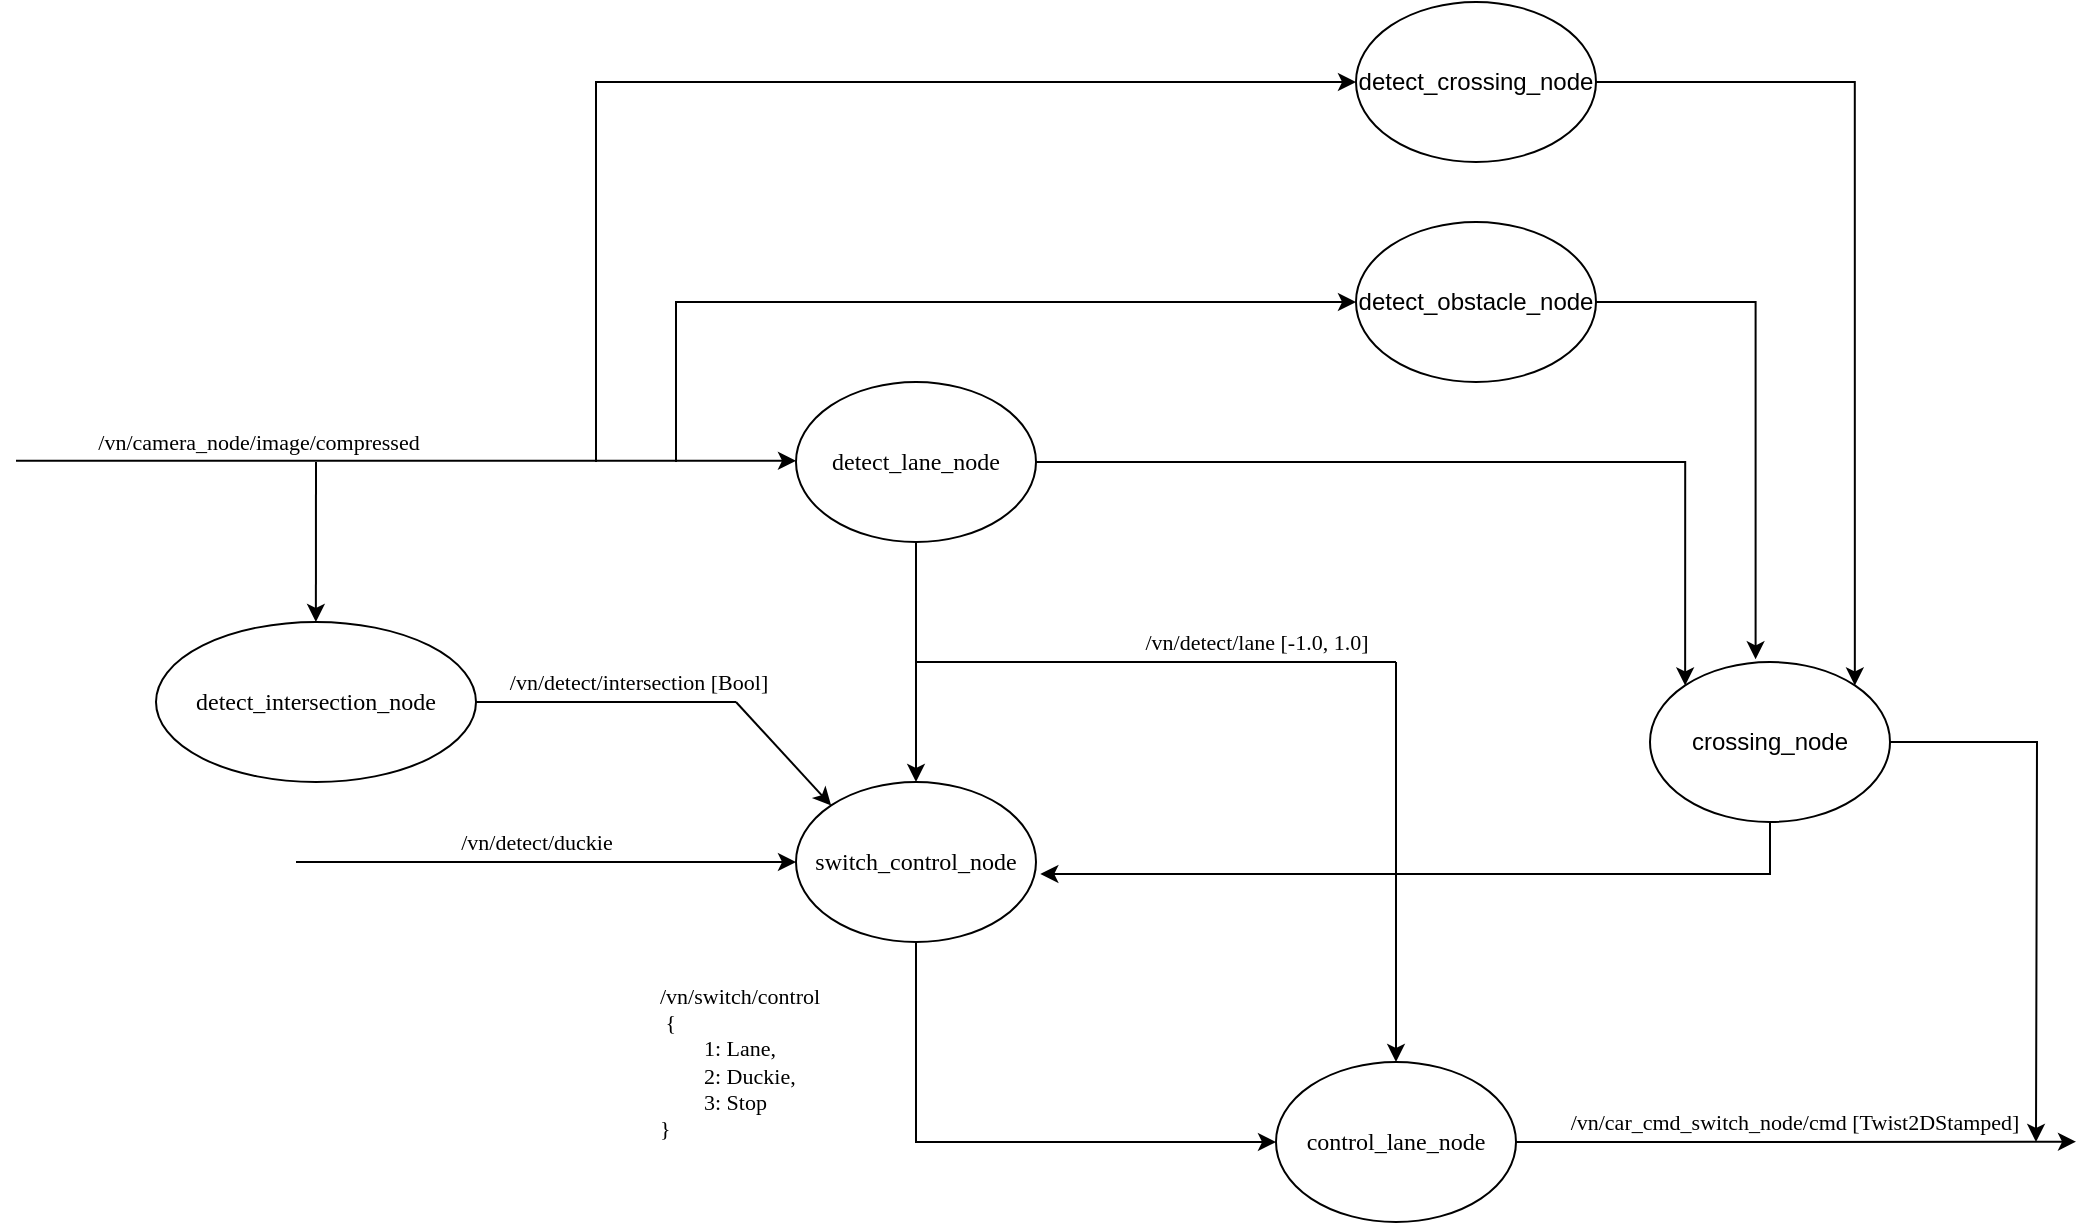
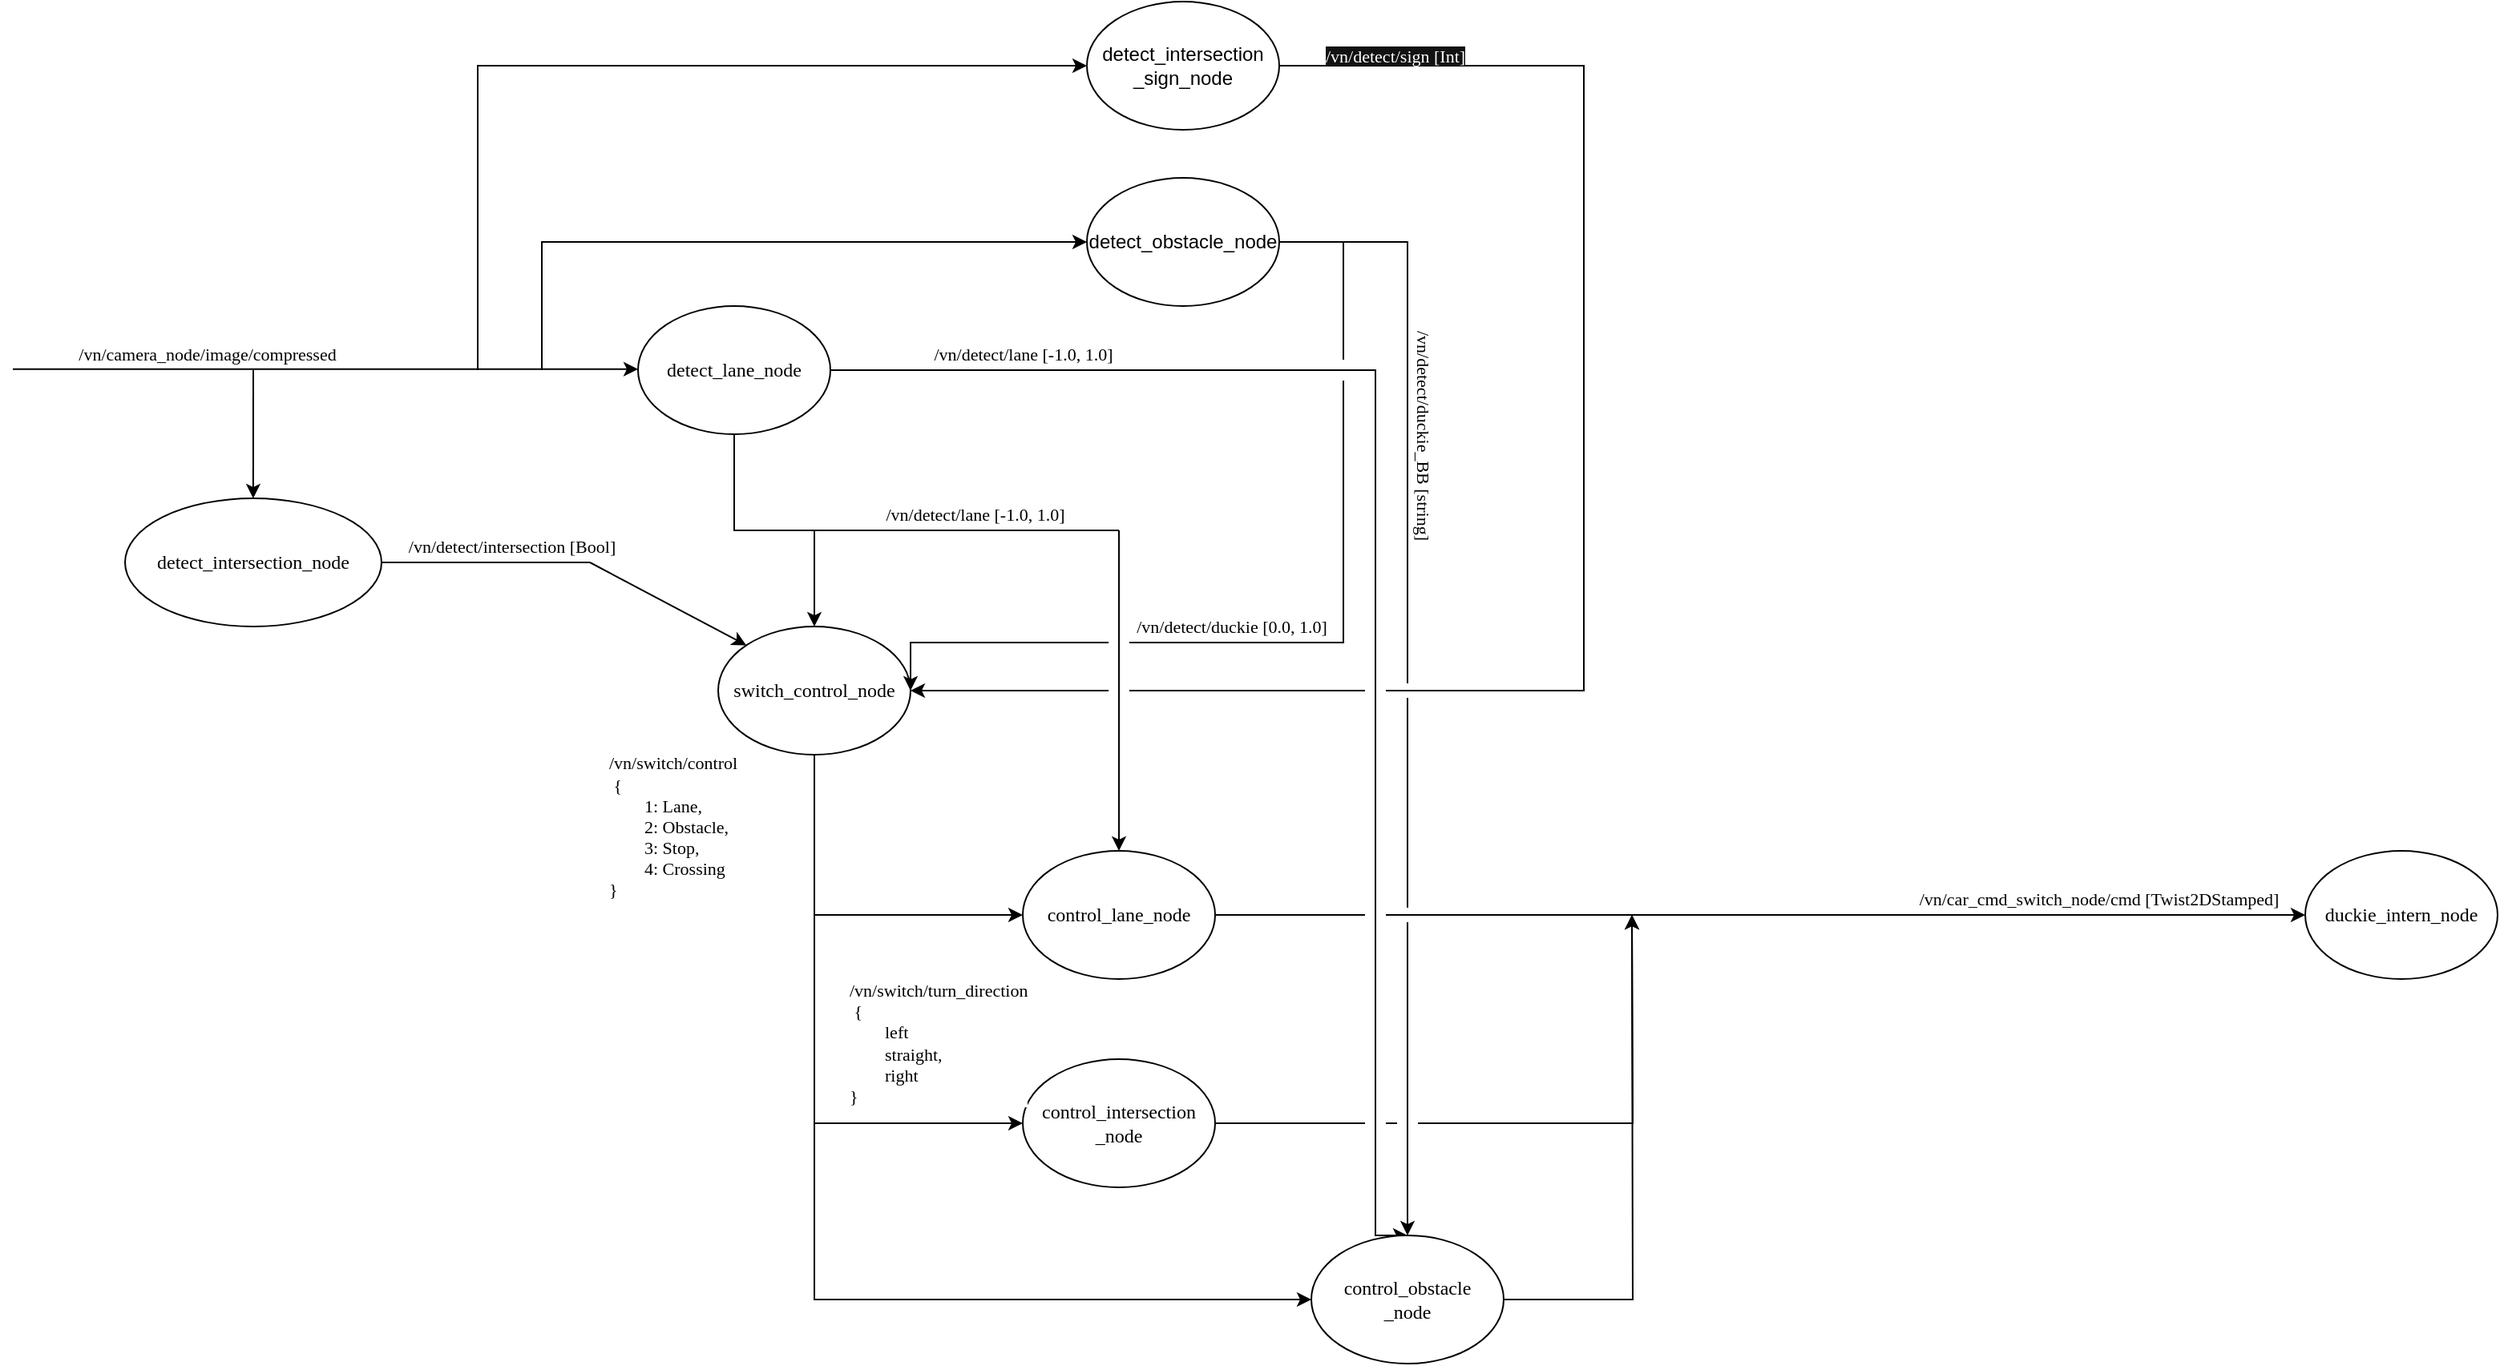
<mxfile host="Electron" agent="Mozilla/5.0 (X11; Linux x86_64) AppleWebKit/537.36 (KHTML, like Gecko) draw.io/28.2.5 Chrome/138.0.7204.251 Electron/37.6.1 Safari/537.36" version="28.2.5">
  <diagram name="Page-1" id="gB1-tebTtfB6fuOuZq2n">
-     <mxGraphModel dx="1356" dy="2137" grid="1" gridSize="10" guides="1" tooltips="1" connect="1" arrows="1" fold="1" page="1" pageScale="1" pageWidth="827" pageHeight="1169" math="0" shadow="0">
+     <mxGraphModel dx="983" dy="1772" grid="1" gridSize="10" guides="1" tooltips="1" connect="1" arrows="1" fold="1" page="1" pageScale="1" pageWidth="827" pageHeight="1169" math="0" shadow="0">
      <root>
        <mxCell id="0" />
        <mxCell id="1" parent="0" />
-         <mxCell id="rmzx4RmnQM9AGbvZqSgZ-5" style="edgeStyle=orthogonalEdgeStyle;rounded=0;orthogonalLoop=1;jettySize=auto;html=1;entryX=0.5;entryY=0;entryDx=0;entryDy=0;fontFamily=Times New Roman;" parent="1" source="rmzx4RmnQM9AGbvZqSgZ-1" target="rmzx4RmnQM9AGbvZqSgZ-4" edge="1">
+         <mxCell id="rmzx4RmnQM9AGbvZqSgZ-5" style="edgeStyle=orthogonalEdgeStyle;rounded=0;orthogonalLoop=1;jettySize=auto;html=1;entryX=0.5;entryY=0;entryDx=0;entryDy=0;fontFamily=Times New Roman;jumpStyle=gap;jumpSize=13;" parent="1" source="rmzx4RmnQM9AGbvZqSgZ-1" target="rmzx4RmnQM9AGbvZqSgZ-4" edge="1">
          <mxGeometry relative="1" as="geometry">
            <mxPoint x="460" y="240" as="targetPoint" />
          </mxGeometry>
        </mxCell>
        <mxCell id="rmzx4RmnQM9AGbvZqSgZ-6" value="/vn/detect/lane [-1.0, 1.0]" style="edgeLabel;html=1;align=center;verticalAlign=middle;resizable=0;points=[];fontFamily=Times New Roman;" parent="rmzx4RmnQM9AGbvZqSgZ-5" connectable="0" vertex="1">
          <mxGeometry x="-0.1833" y="-1" relative="1" as="geometry">
-             <mxPoint x="171" y="1" as="offset" />
+             <mxPoint x="140" y="-11" as="offset" />
          </mxGeometry>
        </mxCell>
-         <mxCell id="23AfMzL_D9_g89AK6A8E-23" style="edgeStyle=orthogonalEdgeStyle;rounded=0;orthogonalLoop=1;jettySize=auto;html=1;exitX=1;exitY=0.5;exitDx=0;exitDy=0;entryX=0;entryY=0;entryDx=0;entryDy=0;" parent="1" source="rmzx4RmnQM9AGbvZqSgZ-1" target="23AfMzL_D9_g89AK6A8E-13" edge="1">
-           <mxGeometry relative="1" as="geometry" />
+         <mxCell id="VlO8yoQawZQyNlQzvU4W-22" style="edgeStyle=orthogonalEdgeStyle;rounded=0;orthogonalLoop=1;jettySize=auto;html=1;entryX=0.5;entryY=0;entryDx=0;entryDy=0;" edge="1" parent="1" source="rmzx4RmnQM9AGbvZqSgZ-1" target="VlO8yoQawZQyNlQzvU4W-3">
+           <mxGeometry relative="1" as="geometry">
+             <Array as="points">
+               <mxPoint x="860" y="180" />
+               <mxPoint x="860" y="720" />
+             </Array>
+           </mxGeometry>
        </mxCell>
        <mxCell id="rmzx4RmnQM9AGbvZqSgZ-1" value="detect_lane_node" style="ellipse;whiteSpace=wrap;html=1;fontFamily=Times New Roman;" parent="1" vertex="1">
          <mxGeometry x="400" y="140" width="120" height="80" as="geometry" />
        </mxCell>
-         <mxCell id="rmzx4RmnQM9AGbvZqSgZ-2" value="" style="endArrow=classic;html=1;rounded=0;entryX=0;entryY=0.5;entryDx=0;entryDy=0;fontFamily=Times New Roman;" parent="1" edge="1">
+         <mxCell id="rmzx4RmnQM9AGbvZqSgZ-2" value="" style="endArrow=classic;html=1;rounded=0;entryX=0;entryY=0.5;entryDx=0;entryDy=0;fontFamily=Times New Roman;jumpStyle=gap;jumpSize=13;" parent="1" edge="1">
          <mxGeometry width="50" height="50" relative="1" as="geometry">
            <mxPoint x="10" y="179.41" as="sourcePoint" />
            <mxPoint x="399.99999999999136" y="179.41000000000022" as="targetPoint" />
          </mxGeometry>
        </mxCell>
        <mxCell id="rmzx4RmnQM9AGbvZqSgZ-3" value="/vn/camera_node/image/compressed" style="edgeLabel;html=1;align=center;verticalAlign=middle;resizable=0;points=[];fontFamily=Times New Roman;" parent="rmzx4RmnQM9AGbvZqSgZ-2" connectable="0" vertex="1">
          <mxGeometry x="0.12" y="-4" relative="1" as="geometry">
            <mxPoint x="-98" y="-14" as="offset" />
          </mxGeometry>
        </mxCell>
-         <mxCell id="rmzx4RmnQM9AGbvZqSgZ-12" style="edgeStyle=orthogonalEdgeStyle;rounded=0;orthogonalLoop=1;jettySize=auto;html=1;exitX=0.5;exitY=1;exitDx=0;exitDy=0;entryX=0;entryY=0.5;entryDx=0;entryDy=0;fontFamily=Times New Roman;" parent="1" source="rmzx4RmnQM9AGbvZqSgZ-4" target="rmzx4RmnQM9AGbvZqSgZ-9" edge="1">
+         <mxCell id="rmzx4RmnQM9AGbvZqSgZ-12" style="edgeStyle=orthogonalEdgeStyle;rounded=0;orthogonalLoop=1;jettySize=auto;html=1;exitX=0.5;exitY=1;exitDx=0;exitDy=0;entryX=0;entryY=0.5;entryDx=0;entryDy=0;fontFamily=Times New Roman;jumpStyle=gap;jumpSize=13;" parent="1" source="rmzx4RmnQM9AGbvZqSgZ-4" target="rmzx4RmnQM9AGbvZqSgZ-9" edge="1">
          <mxGeometry relative="1" as="geometry" />
        </mxCell>
-         <mxCell id="rmzx4RmnQM9AGbvZqSgZ-13" value="&lt;div align=&quot;left&quot;&gt;/vn/switch/control&lt;/div&gt;&lt;div align=&quot;left&quot;&gt;&amp;nbsp;{&lt;/div&gt;&lt;div align=&quot;left&quot;&gt;&lt;span style=&quot;white-space: pre;&quot;&gt;&#x9;&lt;/span&gt;1: Lane,&lt;/div&gt;&lt;div align=&quot;left&quot;&gt;&lt;span style=&quot;white-space: pre;&quot;&gt;&#x9;&lt;/span&gt;2: Duckie,&amp;nbsp;&lt;/div&gt;&lt;div align=&quot;left&quot;&gt;&lt;span style=&quot;white-space: pre;&quot;&gt;&#x9;&lt;/span&gt;3: Stop&lt;/div&gt;&lt;div align=&quot;left&quot;&gt;}&lt;/div&gt;" style="edgeLabel;html=1;align=left;verticalAlign=middle;resizable=0;points=[];fontFamily=Times New Roman;" parent="rmzx4RmnQM9AGbvZqSgZ-12" connectable="0" vertex="1">
+         <mxCell id="rmzx4RmnQM9AGbvZqSgZ-13" value="&lt;div align=&quot;left&quot;&gt;/vn/switch/control&lt;/div&gt;&lt;div align=&quot;left&quot;&gt;&amp;nbsp;{&lt;/div&gt;&lt;div align=&quot;left&quot;&gt;&lt;span style=&quot;white-space: pre;&quot;&gt;&#x9;&lt;/span&gt;1: Lane,&lt;/div&gt;&lt;div align=&quot;left&quot;&gt;&lt;span style=&quot;white-space: pre;&quot;&gt;&#x9;&lt;/span&gt;2: Obstacle,&amp;nbsp;&lt;/div&gt;&lt;div align=&quot;left&quot;&gt;&lt;span style=&quot;white-space: pre;&quot;&gt;&#x9;&lt;/span&gt;3: Stop,&lt;/div&gt;&lt;div align=&quot;left&quot;&gt;&lt;span style=&quot;white-space: pre;&quot;&gt;&#x9;&lt;/span&gt;4: Crossing&lt;br&gt;&lt;/div&gt;&lt;div align=&quot;left&quot;&gt;}&lt;/div&gt;" style="edgeLabel;html=1;align=left;verticalAlign=middle;resizable=0;points=[];fontFamily=Times New Roman;" parent="rmzx4RmnQM9AGbvZqSgZ-12" connectable="0" vertex="1">
          <mxGeometry x="-0.3984" y="-1" relative="1" as="geometry">
            <mxPoint x="-129" y="-24" as="offset" />
          </mxGeometry>
        </mxCell>
+         <mxCell id="VlO8yoQawZQyNlQzvU4W-7" style="edgeStyle=orthogonalEdgeStyle;rounded=0;orthogonalLoop=1;jettySize=auto;html=1;exitX=0.5;exitY=1;exitDx=0;exitDy=0;entryX=0;entryY=0.5;entryDx=0;entryDy=0;jumpStyle=gap;jumpSize=13;" edge="1" parent="1" source="rmzx4RmnQM9AGbvZqSgZ-4" target="VlO8yoQawZQyNlQzvU4W-3">
+           <mxGeometry relative="1" as="geometry" />
+         </mxCell>
+         <mxCell id="VlO8yoQawZQyNlQzvU4W-15" style="edgeStyle=orthogonalEdgeStyle;rounded=0;orthogonalLoop=1;jettySize=auto;html=1;exitX=0.5;exitY=1;exitDx=0;exitDy=0;entryX=0;entryY=0.5;entryDx=0;entryDy=0;" edge="1" parent="1" source="rmzx4RmnQM9AGbvZqSgZ-4" target="VlO8yoQawZQyNlQzvU4W-2">
+           <mxGeometry relative="1" as="geometry" />
+         </mxCell>
        <mxCell id="rmzx4RmnQM9AGbvZqSgZ-4" value="switch_control_node" style="ellipse;whiteSpace=wrap;html=1;fontFamily=Times New Roman;" parent="1" vertex="1">
-           <mxGeometry x="400" y="340" width="120" height="80" as="geometry" />
+           <mxGeometry x="450" y="340" width="120" height="80" as="geometry" />
        </mxCell>
-         <mxCell id="rmzx4RmnQM9AGbvZqSgZ-7" value="" style="endArrow=classic;html=1;rounded=0;entryX=0;entryY=0.5;entryDx=0;entryDy=0;fontFamily=Times New Roman;" parent="1" target="rmzx4RmnQM9AGbvZqSgZ-4" edge="1">
-           <mxGeometry width="50" height="50" relative="1" as="geometry">
-             <mxPoint x="150" y="380" as="sourcePoint" />
-             <mxPoint x="610" y="310" as="targetPoint" />
-           </mxGeometry>
-         </mxCell>
-         <mxCell id="rmzx4RmnQM9AGbvZqSgZ-8" value="/vn/detect/duckie" style="edgeLabel;html=1;align=center;verticalAlign=middle;resizable=0;points=[];fontFamily=Times New Roman;" parent="rmzx4RmnQM9AGbvZqSgZ-7" connectable="0" vertex="1">
-           <mxGeometry x="-0.0091" y="1" relative="1" as="geometry">
-             <mxPoint x="-4" y="-9" as="offset" />
-           </mxGeometry>
-         </mxCell>
-         <mxCell id="rmzx4RmnQM9AGbvZqSgZ-14" style="edgeStyle=orthogonalEdgeStyle;rounded=0;orthogonalLoop=1;jettySize=auto;html=1;exitX=1;exitY=0.5;exitDx=0;exitDy=0;fontFamily=Times New Roman;" parent="1" source="rmzx4RmnQM9AGbvZqSgZ-9" edge="1">
+         <mxCell id="rmzx4RmnQM9AGbvZqSgZ-14" style="edgeStyle=orthogonalEdgeStyle;rounded=0;orthogonalLoop=1;jettySize=auto;html=1;exitX=1;exitY=0.5;exitDx=0;exitDy=0;fontFamily=Times New Roman;jumpStyle=gap;jumpSize=13;" parent="1" source="rmzx4RmnQM9AGbvZqSgZ-9" edge="1">
          <mxGeometry relative="1" as="geometry">
-             <mxPoint x="1040" y="519.8571428571429" as="targetPoint" />
+             <mxPoint x="1440" y="520" as="targetPoint" />
          </mxGeometry>
        </mxCell>
        <mxCell id="rmzx4RmnQM9AGbvZqSgZ-15" value="/vn/car_cmd_switch_node/cmd [Twist2DStamped]" style="edgeLabel;html=1;align=center;verticalAlign=middle;resizable=0;points=[];fontFamily=Times New Roman;" parent="rmzx4RmnQM9AGbvZqSgZ-14" connectable="0" vertex="1">
          <mxGeometry x="-0.0116" y="-1" relative="1" as="geometry">
-             <mxPoint y="-11" as="offset" />
+             <mxPoint x="214" y="-11" as="offset" />
          </mxGeometry>
        </mxCell>
        <mxCell id="rmzx4RmnQM9AGbvZqSgZ-9" value="&lt;div&gt;control_lane_node&lt;/div&gt;" style="ellipse;whiteSpace=wrap;html=1;fontFamily=Times New Roman;" parent="1" vertex="1">
          <mxGeometry x="640" y="480" width="120" height="80" as="geometry" />
        </mxCell>
-         <mxCell id="rmzx4RmnQM9AGbvZqSgZ-10" value="" style="endArrow=classic;html=1;rounded=0;entryX=0.5;entryY=0;entryDx=0;entryDy=0;fontFamily=Times New Roman;" parent="1" target="rmzx4RmnQM9AGbvZqSgZ-9" edge="1">
+         <mxCell id="rmzx4RmnQM9AGbvZqSgZ-10" value="" style="endArrow=classic;html=1;rounded=0;entryX=0.5;entryY=0;entryDx=0;entryDy=0;fontFamily=Times New Roman;jumpStyle=gap;jumpSize=13;" parent="1" target="rmzx4RmnQM9AGbvZqSgZ-9" edge="1">
          <mxGeometry width="50" height="50" relative="1" as="geometry">
            <mxPoint x="700" y="280" as="sourcePoint" />
            <mxPoint x="540" y="350" as="targetPoint" />
          </mxGeometry>
        </mxCell>
-         <mxCell id="rmzx4RmnQM9AGbvZqSgZ-11" value="" style="endArrow=none;html=1;rounded=0;fontFamily=Times New Roman;" parent="1" edge="1">
+         <mxCell id="rmzx4RmnQM9AGbvZqSgZ-11" value="" style="endArrow=none;html=1;rounded=0;fontFamily=Times New Roman;jumpStyle=gap;jumpSize=13;" parent="1" edge="1">
          <mxGeometry width="50" height="50" relative="1" as="geometry">
            <mxPoint x="460" y="280" as="sourcePoint" />
            <mxPoint x="700" y="280" as="targetPoint" />
          </mxGeometry>
        </mxCell>
-         <mxCell id="b2WUlHgmpvVAkuUz7WpI-4" value="" style="endArrow=classic;html=1;rounded=0;entryX=0;entryY=0;entryDx=0;entryDy=0;fontFamily=Times New Roman;" parent="1" target="rmzx4RmnQM9AGbvZqSgZ-4" edge="1">
+         <mxCell id="b2WUlHgmpvVAkuUz7WpI-4" value="" style="endArrow=classic;html=1;rounded=0;entryX=0;entryY=0;entryDx=0;entryDy=0;fontFamily=Times New Roman;jumpStyle=gap;jumpSize=13;" parent="1" target="rmzx4RmnQM9AGbvZqSgZ-4" edge="1">
          <mxGeometry width="50" height="50" relative="1" as="geometry">
            <mxPoint x="370" y="300" as="sourcePoint" />
            <mxPoint x="320" y="260" as="targetPoint" />
          </mxGeometry>
        </mxCell>
        <mxCell id="b2WUlHgmpvVAkuUz7WpI-5" value="" style="endArrow=none;html=1;rounded=0;exitX=1;exitY=0.5;exitDx=0;exitDy=0;fontFamily=Times New Roman;" parent="1" source="b2WUlHgmpvVAkuUz7WpI-6" edge="1">
          <mxGeometry width="50" height="50" relative="1" as="geometry">
            <mxPoint x="270" y="300" as="sourcePoint" />
            <mxPoint x="370" y="300" as="targetPoint" />
          </mxGeometry>
        </mxCell>
        <mxCell id="b2WUlHgmpvVAkuUz7WpI-7" value="/vn/detect/intersection [Bool]" style="edgeLabel;html=1;align=center;verticalAlign=middle;resizable=0;points=[];fontFamily=Times New Roman;" parent="b2WUlHgmpvVAkuUz7WpI-5" connectable="0" vertex="1">
          <mxGeometry x="-0.3124" y="-2" relative="1" as="geometry">
            <mxPoint x="36" y="-12" as="offset" />
          </mxGeometry>
        </mxCell>
        <mxCell id="b2WUlHgmpvVAkuUz7WpI-6" value="detect_intersection_node" style="ellipse;whiteSpace=wrap;html=1;fontFamily=Times New Roman;" parent="1" vertex="1">
          <mxGeometry x="80" y="260" width="160" height="80" as="geometry" />
        </mxCell>
-         <mxCell id="b2WUlHgmpvVAkuUz7WpI-8" value="" style="endArrow=classic;html=1;rounded=0;entryX=0.463;entryY=-0.023;entryDx=0;entryDy=0;entryPerimeter=0;" parent="1" edge="1">
+         <mxCell id="b2WUlHgmpvVAkuUz7WpI-8" value="" style="endArrow=classic;html=1;rounded=0;entryX=0.463;entryY=-0.023;entryDx=0;entryDy=0;entryPerimeter=0;jumpStyle=gap;jumpSize=13;" parent="1" edge="1">
          <mxGeometry width="50" height="50" relative="1" as="geometry">
            <mxPoint x="160" y="180" as="sourcePoint" />
            <mxPoint x="159.94000000000017" y="260" as="targetPoint" />
          </mxGeometry>
        </mxCell>
-         <mxCell id="23AfMzL_D9_g89AK6A8E-1" value="" style="endArrow=classic;html=1;rounded=0;entryX=0;entryY=0.5;entryDx=0;entryDy=0;" parent="1" target="23AfMzL_D9_g89AK6A8E-2" edge="1">
+         <mxCell id="23AfMzL_D9_g89AK6A8E-1" value="" style="endArrow=classic;html=1;rounded=0;entryX=0;entryY=0.5;entryDx=0;entryDy=0;jumpStyle=gap;jumpSize=13;" parent="1" target="23AfMzL_D9_g89AK6A8E-2" edge="1">
          <mxGeometry width="50" height="50" relative="1" as="geometry">
            <mxPoint x="300" y="180" as="sourcePoint" />
            <mxPoint x="470" y="40" as="targetPoint" />
            <Array as="points">
              <mxPoint x="300" y="-10" />
            </Array>
          </mxGeometry>
        </mxCell>
-         <mxCell id="23AfMzL_D9_g89AK6A8E-20" style="edgeStyle=orthogonalEdgeStyle;rounded=0;orthogonalLoop=1;jettySize=auto;html=1;entryX=1;entryY=0;entryDx=0;entryDy=0;" parent="1" source="23AfMzL_D9_g89AK6A8E-2" target="23AfMzL_D9_g89AK6A8E-13" edge="1">
-           <mxGeometry relative="1" as="geometry" />
+         <mxCell id="VlO8yoQawZQyNlQzvU4W-1" style="edgeStyle=orthogonalEdgeStyle;rounded=0;orthogonalLoop=1;jettySize=auto;html=1;entryX=1;entryY=0.5;entryDx=0;entryDy=0;jumpStyle=gap;jumpSize=13;" edge="1" parent="1" source="23AfMzL_D9_g89AK6A8E-2" target="rmzx4RmnQM9AGbvZqSgZ-4">
+           <mxGeometry relative="1" as="geometry">
+             <Array as="points">
+               <mxPoint x="990" y="-10" />
+               <mxPoint x="990" y="380" />
+             </Array>
+           </mxGeometry>
        </mxCell>
-         <mxCell id="23AfMzL_D9_g89AK6A8E-2" value="detect_crossing_node" style="ellipse;whiteSpace=wrap;html=1;" parent="1" vertex="1">
+         <mxCell id="23AfMzL_D9_g89AK6A8E-2" value="detect_intersection&lt;br&gt;&lt;div&gt;_sign_node&lt;/div&gt;" style="ellipse;whiteSpace=wrap;html=1;" parent="1" vertex="1">
          <mxGeometry x="680" y="-50" width="120" height="80" as="geometry" />
+         </mxCell>
+         <mxCell id="VlO8yoQawZQyNlQzvU4W-6" style="edgeStyle=orthogonalEdgeStyle;rounded=0;orthogonalLoop=1;jettySize=auto;html=1;exitX=1;exitY=0.5;exitDx=0;exitDy=0;entryX=1;entryY=0.5;entryDx=0;entryDy=0;jumpStyle=gap;jumpSize=13;" edge="1" parent="1" source="23AfMzL_D9_g89AK6A8E-10" target="rmzx4RmnQM9AGbvZqSgZ-4">
+           <mxGeometry relative="1" as="geometry">
+             <Array as="points">
+               <mxPoint x="840" y="100" />
+               <mxPoint x="840" y="350" />
+               <mxPoint x="570" y="350" />
+             </Array>
+           </mxGeometry>
+         </mxCell>
+         <mxCell id="VlO8yoQawZQyNlQzvU4W-8" style="edgeStyle=orthogonalEdgeStyle;rounded=0;orthogonalLoop=1;jettySize=auto;html=1;exitX=1;exitY=0.5;exitDx=0;exitDy=0;jumpStyle=gap;jumpSize=9;" edge="1" parent="1" source="23AfMzL_D9_g89AK6A8E-10" target="VlO8yoQawZQyNlQzvU4W-3">
+           <mxGeometry relative="1" as="geometry">
+             <Array as="points">
+               <mxPoint x="880" y="100" />
+             </Array>
+           </mxGeometry>
        </mxCell>
        <mxCell id="23AfMzL_D9_g89AK6A8E-10" value="detect_obstacle_node" style="ellipse;whiteSpace=wrap;html=1;" parent="1" vertex="1">
          <mxGeometry x="680" y="60" width="120" height="80" as="geometry" />
        </mxCell>
-         <mxCell id="23AfMzL_D9_g89AK6A8E-12" value="" style="endArrow=classic;html=1;rounded=0;entryX=0;entryY=0.5;entryDx=0;entryDy=0;" parent="1" target="23AfMzL_D9_g89AK6A8E-10" edge="1">
+         <mxCell id="23AfMzL_D9_g89AK6A8E-12" value="" style="endArrow=classic;html=1;rounded=0;entryX=0;entryY=0.5;entryDx=0;entryDy=0;jumpStyle=gap;jumpSize=13;" parent="1" target="23AfMzL_D9_g89AK6A8E-10" edge="1">
          <mxGeometry width="50" height="50" relative="1" as="geometry">
            <mxPoint x="340" y="180" as="sourcePoint" />
            <mxPoint x="510" y="40" as="targetPoint" />
            <Array as="points">
              <mxPoint x="340" y="100" />
            </Array>
          </mxGeometry>
        </mxCell>
-         <mxCell id="23AfMzL_D9_g89AK6A8E-17" style="edgeStyle=orthogonalEdgeStyle;rounded=0;orthogonalLoop=1;jettySize=auto;html=1;" parent="1" source="23AfMzL_D9_g89AK6A8E-13" edge="1">
+         <mxCell id="VlO8yoQawZQyNlQzvU4W-9" style="edgeStyle=orthogonalEdgeStyle;rounded=0;orthogonalLoop=1;jettySize=auto;html=1;jumpStyle=gap;jumpSize=13;" edge="1" parent="1" source="VlO8yoQawZQyNlQzvU4W-2">
          <mxGeometry relative="1" as="geometry">
            <mxPoint x="1020" y="520" as="targetPoint" />
          </mxGeometry>
        </mxCell>
-         <mxCell id="23AfMzL_D9_g89AK6A8E-13" value="&lt;span style=&quot;background-color: transparent; color: light-dark(rgb(0, 0, 0), rgb(255, 255, 255));&quot;&gt;crossing_node&lt;/span&gt;" style="ellipse;whiteSpace=wrap;html=1;" parent="1" vertex="1">
-           <mxGeometry x="827" y="280" width="120" height="80" as="geometry" />
+         <mxCell id="VlO8yoQawZQyNlQzvU4W-2" value="&lt;div&gt;control_intersection&lt;br&gt;_node&lt;/div&gt;" style="ellipse;whiteSpace=wrap;html=1;fontFamily=Times New Roman;" vertex="1" parent="1">
+           <mxGeometry x="640" y="610" width="120" height="80" as="geometry" />
        </mxCell>
-         <mxCell id="23AfMzL_D9_g89AK6A8E-19" style="edgeStyle=orthogonalEdgeStyle;rounded=0;orthogonalLoop=1;jettySize=auto;html=1;entryX=1.018;entryY=0.575;entryDx=0;entryDy=0;entryPerimeter=0;" parent="1" source="23AfMzL_D9_g89AK6A8E-13" target="rmzx4RmnQM9AGbvZqSgZ-4" edge="1">
+         <mxCell id="VlO8yoQawZQyNlQzvU4W-10" style="edgeStyle=orthogonalEdgeStyle;rounded=0;orthogonalLoop=1;jettySize=auto;html=1;jumpStyle=gap;jumpSize=13;" edge="1" parent="1" source="VlO8yoQawZQyNlQzvU4W-3">
          <mxGeometry relative="1" as="geometry">
-             <Array as="points">
-               <mxPoint x="887" y="386" />
-             </Array>
+             <mxPoint x="1020" y="520" as="targetPoint" />
          </mxGeometry>
        </mxCell>
-         <mxCell id="23AfMzL_D9_g89AK6A8E-21" style="edgeStyle=orthogonalEdgeStyle;rounded=0;orthogonalLoop=1;jettySize=auto;html=1;exitX=1;exitY=0.5;exitDx=0;exitDy=0;entryX=0.44;entryY=-0.017;entryDx=0;entryDy=0;entryPerimeter=0;" parent="1" source="23AfMzL_D9_g89AK6A8E-10" target="23AfMzL_D9_g89AK6A8E-13" edge="1">
-           <mxGeometry relative="1" as="geometry" />
+         <mxCell id="VlO8yoQawZQyNlQzvU4W-3" value="&lt;div&gt;control_obstacle&lt;br&gt;_node&lt;/div&gt;" style="ellipse;whiteSpace=wrap;html=1;fontFamily=Times New Roman;" vertex="1" parent="1">
+           <mxGeometry x="820" y="720" width="120" height="80" as="geometry" />
+         </mxCell>
+         <mxCell id="VlO8yoQawZQyNlQzvU4W-13" value="&lt;div align=&quot;left&quot;&gt;/vn/switch/turn_direction&lt;/div&gt;&lt;div align=&quot;left&quot;&gt;&amp;nbsp;{&lt;/div&gt;&lt;div align=&quot;left&quot;&gt;&lt;span style=&quot;white-space: pre;&quot;&gt;&#x9;&lt;/span&gt;left&lt;/div&gt;&lt;div align=&quot;left&quot;&gt;&lt;span style=&quot;white-space: pre;&quot;&gt;&#x9;&lt;/span&gt;straight,&amp;nbsp;&lt;/div&gt;&lt;div align=&quot;left&quot;&gt;&lt;span style=&quot;white-space: pre;&quot;&gt;&#x9;&lt;/span&gt;right&lt;/div&gt;&lt;div align=&quot;left&quot;&gt;}&lt;/div&gt;" style="edgeLabel;html=1;align=left;verticalAlign=middle;resizable=0;points=[];fontFamily=Times New Roman;" connectable="0" vertex="1" parent="1">
+           <mxGeometry x="530" y="600" as="geometry" />
+         </mxCell>
+         <mxCell id="VlO8yoQawZQyNlQzvU4W-16" value="&lt;div&gt;duckie_intern_node&lt;/div&gt;" style="ellipse;whiteSpace=wrap;html=1;fontFamily=Times New Roman;" vertex="1" parent="1">
+           <mxGeometry x="1440" y="480" width="120" height="80" as="geometry" />
+         </mxCell>
+         <mxCell id="VlO8yoQawZQyNlQzvU4W-17" value="/vn/detect/duckie [0.0, 1.0]" style="edgeLabel;html=1;align=center;verticalAlign=middle;resizable=0;points=[];fontFamily=Times New Roman;" connectable="0" vertex="1" parent="1">
+           <mxGeometry x="770" y="340" as="geometry" />
+         </mxCell>
+         <mxCell id="VlO8yoQawZQyNlQzvU4W-18" value="/vn/detect/duckie_BB [string]" style="edgeLabel;html=1;align=center;verticalAlign=middle;resizable=0;points=[];fontFamily=Times New Roman;rotation=90;" connectable="0" vertex="1" parent="1">
+           <mxGeometry x="890" y="220" as="geometry" />
+         </mxCell>
+         <mxCell id="VlO8yoQawZQyNlQzvU4W-19" value="&lt;span style=&quot;color: rgb(255, 255, 255); font-family: &amp;quot;Times New Roman&amp;quot;; font-size: 11px; font-style: normal; font-variant-ligatures: normal; font-variant-caps: normal; font-weight: 400; letter-spacing: normal; orphans: 2; text-align: center; text-indent: 0px; text-transform: none; widows: 2; word-spacing: 0px; -webkit-text-stroke-width: 0px; white-space: nowrap; background-color: rgb(18, 18, 18); text-decoration-thickness: initial; text-decoration-style: initial; text-decoration-color: initial; display: inline !important; float: none;&quot;&gt;/vn/detect/sign [Int]&lt;/span&gt;" style="text;whiteSpace=wrap;html=1;" vertex="1" parent="1">
+           <mxGeometry x="827" y="-30" width="150" height="40" as="geometry" />
+         </mxCell>
+         <mxCell id="VlO8yoQawZQyNlQzvU4W-23" value="/vn/detect/lane [-1.0, 1.0]" style="edgeLabel;html=1;align=center;verticalAlign=middle;resizable=0;points=[];fontFamily=Times New Roman;" connectable="0" vertex="1" parent="1">
+           <mxGeometry x="640" y="170" as="geometry" />
        </mxCell>
      </root>
    </mxGraphModel>
  </diagram>
</mxfile>
